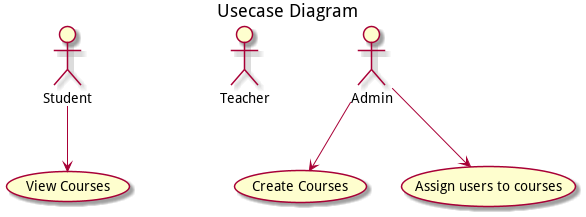
Before: output/usecaseDiagram.png, a diagram exported from PlantUML (lightbulb-lms/documentation).
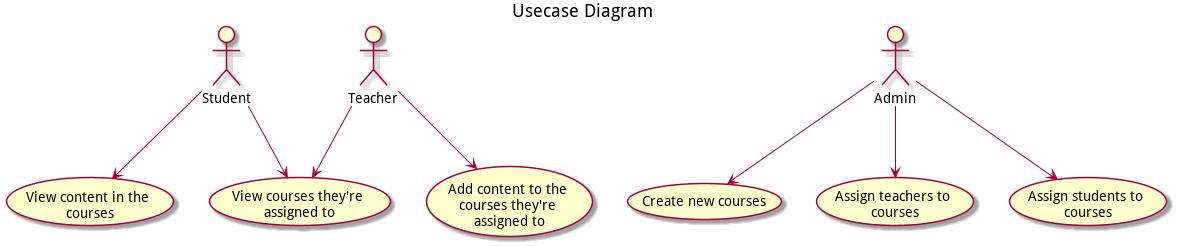
The same diagram one commit later.

The edit, as a diff of the source:
```diff
@@ -1,13 +1,16 @@
 @startuml
 skinparam WrapWidth 150
 title Usecase Diagram
+:Student: as s
+:Admin: as a
+:Teacher: as t
+a --> (Create new courses)
+a --> (Assign teachers to courses)
+a --> (Assign students to courses)
+t --> (View courses they're assigned to)
+t --> (Add content to the courses they're assigned to)
+s --> (View courses they're assigned to)
+s --> (View content in the courses)
 
-:Student: as s
-:Teacher: as t
-:Admin: as a
 
-a --> (Create Courses)
-a --> (Assign users to courses)
-
-s --> (View Courses)
 @enduml
```
